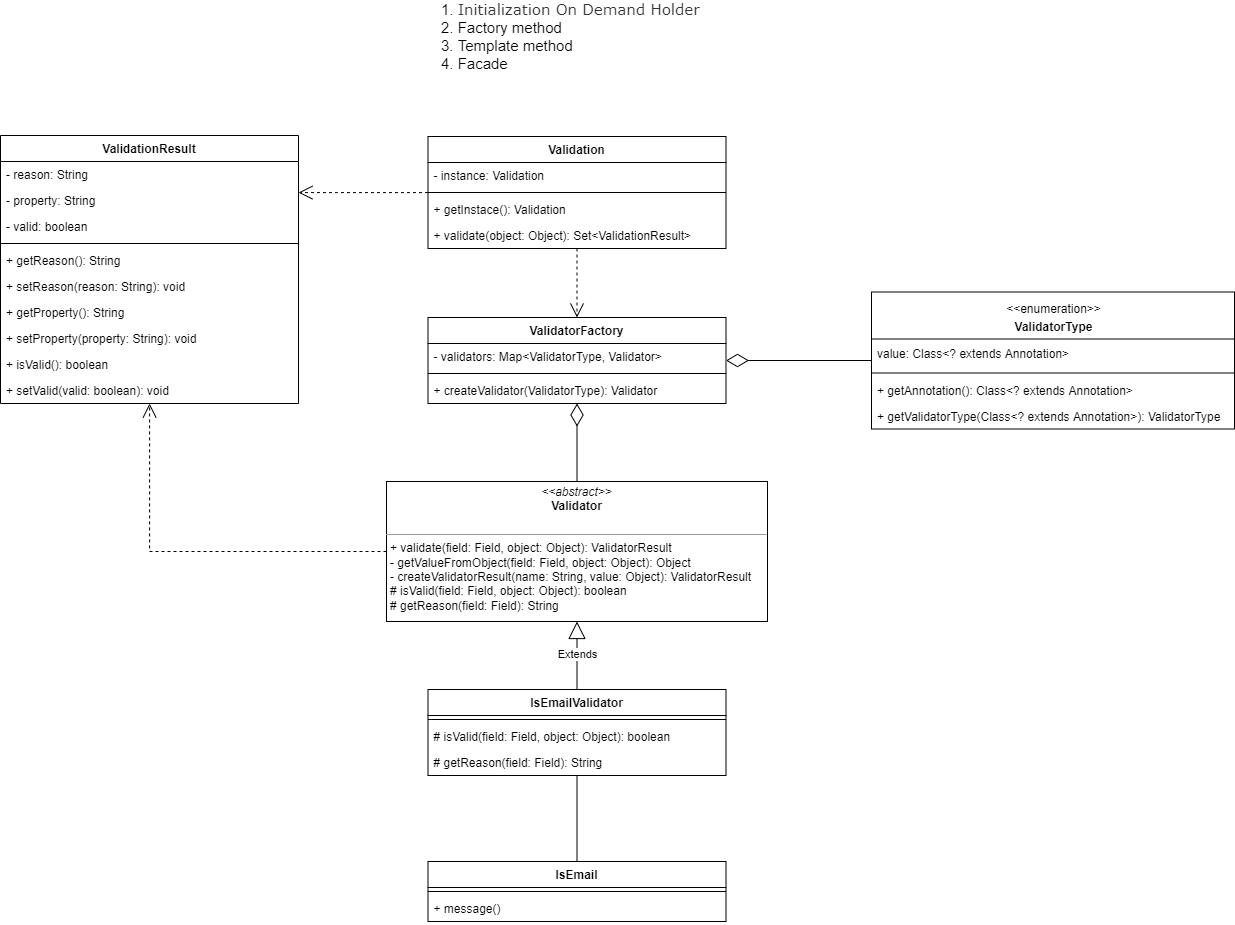
The draw.io diagram framework/design/Class Diagram.PNG in hieulm2k/HCMUS-PROJECT_validation-framework, before a commit. Source tidied: cells renumbered, new cells last; positions are measured from the earlier drawing's top-left corner, leaving out a move shared by most shapes. Its diagram source:
```xml
<mxGraphModel>
  <root>
    <mxCell id="0" />
    <mxCell id="1" parent="0" />
    <mxCell id="2" value="&lt;font&gt;&lt;span style=&quot;font-size: 15px&quot;&gt;1.&amp;nbsp;&lt;/span&gt;&lt;font color=&quot;#333333&quot; face=&quot;verdana, arial, helvetica, sans-serif&quot;&gt;&lt;span style=&quot;font-size: 15px&quot;&gt;Initialization On Demand Holder&lt;/span&gt;&lt;/font&gt;&lt;br&gt;&lt;div&gt;&lt;span style=&quot;font-size: 15px&quot;&gt;2. Factory method&lt;/span&gt;&lt;/div&gt;&lt;div&gt;&lt;span style=&quot;font-size: 15px&quot;&gt;3. Template method&lt;/span&gt;&lt;/div&gt;&lt;div&gt;&lt;span style=&quot;font-size: 15px&quot;&gt;4. Facade&lt;/span&gt;&lt;/div&gt;&lt;/font&gt;" style="text;html=1;align=left;verticalAlign=middle;strokeColor=none;fillColor=none;" parent="1" vertex="1">
      <mxGeometry x="439" width="268" height="64" as="geometry" />
    </mxCell>
    <mxCell id="3" style="edgeStyle=orthogonalEdgeStyle;rounded=0;jettySize=auto;html=1;endArrow=diamondThin;endFill=0;endSize=20;targetPerimeterSpacing=0;strokeWidth=1;" parent="1" edge="1" source="4" target="9">
      <mxGeometry relative="1" as="geometry" />
    </mxCell>
    <mxCell id="4" value="&lt;font style=&quot;font-size: 12px&quot;&gt;&amp;lt;&amp;lt;enumeration&amp;gt;&amp;gt;&lt;br&gt;&lt;b&gt;ValidatorType&lt;/b&gt;&lt;/font&gt;" style="swimlane;fontStyle=0;align=center;verticalAlign=top;horizontal=1;startSize=47;html=1;fontSize=15;" parent="1" vertex="1">
      <mxGeometry x="871" y="287.5" width="363" height="137" as="geometry" />
    </mxCell>
    <mxCell id="5" value="value: Class&amp;lt;? extends Annotation&amp;gt;" style="text;html=1;strokeColor=none;fillColor=none;align=left;verticalAlign=middle;spacingLeft=4;spacingRight=4;overflow=hidden;fontSize=12;" parent="4" vertex="1">
      <mxGeometry y="47" width="363" height="30" as="geometry" />
    </mxCell>
    <mxCell id="6" style="line;strokeWidth=1;fillColor=none;align=left;verticalAlign=middle;spacingTop=-1;spacingLeft=3;spacingRight=3;labelPosition=right;fontSize=12;" parent="4" vertex="1">
      <mxGeometry y="77" width="363" height="8" as="geometry" />
    </mxCell>
    <mxCell id="7" value="+ getAnnotation(): Class&lt;? extends Annotation&gt;" style="text;strokeColor=none;fillColor=none;align=left;verticalAlign=top;spacingLeft=4;spacingRight=4;overflow=hidden;fontSize=12;" parent="4" vertex="1">
      <mxGeometry y="85" width="363" height="26" as="geometry" />
    </mxCell>
    <mxCell id="8" value="+ getValidatorType(Class&lt;? extends Annotation&gt;): ValidatorType" style="text;strokeColor=none;fillColor=none;align=left;verticalAlign=top;spacingLeft=4;spacingRight=4;overflow=hidden;fontSize=12;" parent="4" vertex="1">
      <mxGeometry y="111" width="363" height="26" as="geometry" />
    </mxCell>
    <mxCell id="9" value="ValidatorFactory" style="swimlane;fontStyle=1;align=center;verticalAlign=top;horizontal=1;startSize=26;fontSize=12;" parent="1" vertex="1">
      <mxGeometry x="427.5" y="313" width="298" height="86" as="geometry" />
    </mxCell>
    <mxCell id="10" value="- validators: Map&lt;ValidatorType, Validator&gt; " style="text;strokeColor=none;fillColor=none;align=left;verticalAlign=top;spacingLeft=4;spacingRight=4;overflow=hidden;fontSize=12;" parent="9" vertex="1">
      <mxGeometry y="26" width="298" height="26" as="geometry" />
    </mxCell>
    <mxCell id="11" style="line;strokeWidth=1;fillColor=none;align=left;verticalAlign=middle;spacingTop=-1;spacingLeft=3;spacingRight=3;labelPosition=right;fontSize=12;" parent="9" vertex="1">
      <mxGeometry y="52" width="298" height="8" as="geometry" />
    </mxCell>
    <mxCell id="12" value="+ createValidator(ValidatorType): Validator" style="text;strokeColor=none;fillColor=none;align=left;verticalAlign=top;spacingLeft=4;spacingRight=4;overflow=hidden;fontSize=12;" parent="9" vertex="1">
      <mxGeometry y="60" width="298" height="26" as="geometry" />
    </mxCell>
    <mxCell id="13" value="ValidationResult" style="swimlane;fontStyle=1;align=center;verticalAlign=top;horizontal=1;startSize=26;fontSize=12;" parent="1" vertex="1">
      <mxGeometry y="131" width="298" height="268" as="geometry" />
    </mxCell>
    <mxCell id="14" value="- reason: String" style="text;strokeColor=none;fillColor=none;align=left;verticalAlign=top;spacingLeft=4;spacingRight=4;overflow=hidden;fontSize=12;" parent="13" vertex="1">
      <mxGeometry y="26" width="298" height="26" as="geometry" />
    </mxCell>
    <mxCell id="15" value="- property: String" style="text;strokeColor=none;fillColor=none;align=left;verticalAlign=top;spacingLeft=4;spacingRight=4;overflow=hidden;fontSize=12;" parent="13" vertex="1">
      <mxGeometry y="52" width="298" height="26" as="geometry" />
    </mxCell>
    <mxCell id="16" value="- valid: boolean" style="text;strokeColor=none;fillColor=none;align=left;verticalAlign=top;spacingLeft=4;spacingRight=4;overflow=hidden;fontSize=12;" parent="13" vertex="1">
      <mxGeometry y="78" width="298" height="26" as="geometry" />
    </mxCell>
    <mxCell id="17" style="line;strokeWidth=1;fillColor=none;align=left;verticalAlign=middle;spacingTop=-1;spacingLeft=3;spacingRight=3;labelPosition=right;fontSize=12;" parent="13" vertex="1">
      <mxGeometry y="104" width="298" height="8" as="geometry" />
    </mxCell>
    <mxCell id="18" value="+ getReason(): String" style="text;strokeColor=none;fillColor=none;align=left;verticalAlign=top;spacingLeft=4;spacingRight=4;overflow=hidden;fontSize=12;" parent="13" vertex="1">
      <mxGeometry y="112" width="298" height="26" as="geometry" />
    </mxCell>
    <mxCell id="19" value="+ setReason(reason: String): void" style="text;strokeColor=none;fillColor=none;align=left;verticalAlign=top;spacingLeft=4;spacingRight=4;overflow=hidden;fontSize=12;" parent="13" vertex="1">
      <mxGeometry y="138" width="298" height="26" as="geometry" />
    </mxCell>
    <mxCell id="20" value="+ getProperty(): String" style="text;strokeColor=none;fillColor=none;align=left;verticalAlign=top;spacingLeft=4;spacingRight=4;overflow=hidden;fontSize=12;" parent="13" vertex="1">
      <mxGeometry y="164" width="298" height="26" as="geometry" />
    </mxCell>
    <mxCell id="21" value="+ setProperty(property: String): void" style="text;strokeColor=none;fillColor=none;align=left;verticalAlign=top;spacingLeft=4;spacingRight=4;overflow=hidden;fontSize=12;" parent="13" vertex="1">
      <mxGeometry y="190" width="298" height="26" as="geometry" />
    </mxCell>
    <mxCell id="22" value="+ isValid(): boolean" style="text;strokeColor=none;fillColor=none;align=left;verticalAlign=top;spacingLeft=4;spacingRight=4;overflow=hidden;fontSize=12;" parent="13" vertex="1">
      <mxGeometry y="216" width="298" height="26" as="geometry" />
    </mxCell>
    <mxCell id="23" value="+ setValid(valid: boolean): void" style="text;strokeColor=none;fillColor=none;align=left;verticalAlign=top;spacingLeft=4;spacingRight=4;overflow=hidden;fontSize=12;" parent="13" vertex="1">
      <mxGeometry y="242" width="298" height="26" as="geometry" />
    </mxCell>
    <mxCell id="24" style="edgeStyle=orthogonalEdgeStyle;rounded=0;jettySize=auto;html=1;endArrow=diamondThin;endFill=0;endSize=20;targetPerimeterSpacing=0;strokeWidth=1;" parent="1" edge="1" source="25" target="9">
      <mxGeometry relative="1" as="geometry" />
    </mxCell>
    <mxCell id="25" value="&lt;p style=&quot;margin: 0px ; margin-top: 4px ; text-align: center&quot;&gt;&lt;i&gt;&amp;lt;&amp;lt;abstract&amp;gt;&amp;gt;&lt;/i&gt;&lt;br&gt;&lt;b&gt;Validator&lt;/b&gt;&lt;/p&gt;&lt;p style=&quot;margin: 0px ; margin-left: 4px&quot;&gt;&lt;br&gt;&lt;/p&gt;&lt;hr size=&quot;1&quot;&gt;&lt;p style=&quot;margin: 0px ; margin-left: 4px&quot;&gt;+ validate(field: Field, object: Object): ValidatorResult&lt;/p&gt;&lt;p style=&quot;margin: 0px ; margin-left: 4px&quot;&gt;- getValueFromObject(field: Field, object: Object): Object&lt;/p&gt;&lt;p style=&quot;margin: 0px ; margin-left: 4px&quot;&gt;- createValidatorResult(name: String, value: Object): ValidatorResult&lt;br&gt;# isValid(field: Field, object: Object): boolean&lt;/p&gt;&lt;p style=&quot;margin: 0px ; margin-left: 4px&quot;&gt;# getReason(field: Field): String&lt;span style=&quot;white-space: pre&quot;&gt;&#9;&lt;/span&gt;&lt;/p&gt;" style="verticalAlign=top;align=left;overflow=fill;fontSize=12;fontFamily=Helvetica;html=1;" parent="1" vertex="1">
      <mxGeometry x="386" y="477" width="381" height="140" as="geometry" />
    </mxCell>
    <mxCell id="26" value="Extends" style="edgeStyle=orthogonalEdgeStyle;rounded=0;jettySize=auto;html=1;endArrow=block;endFill=0;strokeWidth=1;targetPerimeterSpacing=0;endSize=15;" parent="1" edge="1" source="27" target="25">
      <mxGeometry relative="1" as="geometry" />
    </mxCell>
    <mxCell id="27" value="IsEmailValidator" style="swimlane;fontStyle=1;align=center;verticalAlign=top;horizontal=1;startSize=26;fontSize=12;" parent="1" vertex="1">
      <mxGeometry x="427.5" y="685" width="298" height="86" as="geometry" />
    </mxCell>
    <mxCell id="28" style="line;strokeWidth=1;fillColor=none;align=left;verticalAlign=middle;spacingTop=-1;spacingLeft=3;spacingRight=3;labelPosition=right;fontSize=12;" parent="27" vertex="1">
      <mxGeometry y="26" width="298" height="8" as="geometry" />
    </mxCell>
    <mxCell id="29" value="# isValid(field: Field, object: Object): boolean" style="text;strokeColor=none;fillColor=none;align=left;verticalAlign=top;spacingLeft=4;spacingRight=4;overflow=hidden;fontSize=12;" parent="27" vertex="1">
      <mxGeometry y="34" width="298" height="26" as="geometry" />
    </mxCell>
    <mxCell id="30" value="# getReason(field: Field): String" style="text;strokeColor=none;fillColor=none;align=left;verticalAlign=top;spacingLeft=4;spacingRight=4;overflow=hidden;fontSize=12;" parent="27" vertex="1">
      <mxGeometry y="60" width="298" height="26" as="geometry" />
    </mxCell>
    <mxCell id="31" style="edgeStyle=orthogonalEdgeStyle;rounded=0;jettySize=auto;html=1;endArrow=none;endFill=0;endSize=20;targetPerimeterSpacing=0;strokeWidth=1;" parent="1" edge="1" source="32" target="27">
      <mxGeometry relative="1" as="geometry" />
    </mxCell>
    <mxCell id="32" value="IsEmail" style="swimlane;fontStyle=1;align=center;verticalAlign=top;horizontal=1;startSize=26;fontSize=12;" parent="1" vertex="1">
      <mxGeometry x="427.5" y="857" width="298" height="60" as="geometry" />
    </mxCell>
    <mxCell id="33" style="line;strokeWidth=1;fillColor=none;align=left;verticalAlign=middle;spacingTop=-1;spacingLeft=3;spacingRight=3;labelPosition=right;fontSize=12;" parent="32" vertex="1">
      <mxGeometry y="26" width="298" height="8" as="geometry" />
    </mxCell>
    <mxCell id="34" value="+ message()" style="text;strokeColor=none;fillColor=none;align=left;verticalAlign=top;spacingLeft=4;spacingRight=4;overflow=hidden;fontSize=12;" parent="32" vertex="1">
      <mxGeometry y="34" width="298" height="26" as="geometry" />
    </mxCell>
    <mxCell id="35" style="edgeStyle=orthogonalEdgeStyle;rounded=0;jettySize=auto;html=1;endArrow=open;endFill=0;endSize=12;targetPerimeterSpacing=0;strokeWidth=1;dashed=1;" parent="1" edge="1" source="36" target="9">
      <mxGeometry relative="1" as="geometry" />
    </mxCell>
    <mxCell id="36" value="Validation" style="swimlane;fontStyle=1;align=center;verticalAlign=top;horizontal=1;startSize=26;fontSize=12;" parent="1" vertex="1">
      <mxGeometry x="427.5" y="132" width="298" height="112" as="geometry" />
    </mxCell>
    <mxCell id="37" value="- instance: Validation" style="text;strokeColor=none;fillColor=none;align=left;verticalAlign=top;spacingLeft=4;spacingRight=4;overflow=hidden;fontSize=12;" parent="36" vertex="1">
      <mxGeometry y="26" width="298" height="26" as="geometry" />
    </mxCell>
    <mxCell id="38" style="line;strokeWidth=1;fillColor=none;align=left;verticalAlign=middle;spacingTop=-1;spacingLeft=3;spacingRight=3;labelPosition=right;fontSize=12;" parent="36" vertex="1">
      <mxGeometry y="52" width="298" height="8" as="geometry" />
    </mxCell>
    <mxCell id="39" value="+ getInstace(): Validation" style="text;strokeColor=none;fillColor=none;align=left;verticalAlign=top;spacingLeft=4;spacingRight=4;overflow=hidden;fontSize=12;" parent="36" vertex="1">
      <mxGeometry y="60" width="298" height="26" as="geometry" />
    </mxCell>
    <mxCell id="40" value="+ validate(object: Object): Set&lt;ValidationResult&gt;" style="text;strokeColor=none;fillColor=none;align=left;verticalAlign=top;spacingLeft=4;spacingRight=4;overflow=hidden;fontSize=12;" parent="36" vertex="1">
      <mxGeometry y="86" width="298" height="26" as="geometry" />
    </mxCell>
    <mxCell id="41" style="edgeStyle=orthogonalEdgeStyle;rounded=0;jettySize=auto;html=1;endArrow=open;endFill=0;endSize=12;targetPerimeterSpacing=0;strokeWidth=1;dashed=1;" parent="1" edge="1" source="36" target="13">
      <mxGeometry x="0.03" relative="1" as="geometry">
        <Array as="points">
          <mxPoint x="337" y="188" />
          <mxPoint x="337" y="188" />
        </Array>
      </mxGeometry>
    </mxCell>
    <mxCell id="42" style="edgeStyle=orthogonalEdgeStyle;rounded=0;jettySize=auto;html=1;endArrow=open;endFill=0;endSize=12;targetPerimeterSpacing=0;strokeWidth=1;dashed=1;" parent="1" edge="1" source="25" target="13">
      <mxGeometry x="0.03" relative="1" as="geometry" />
    </mxCell>
  </root>
</mxGraphModel>
```
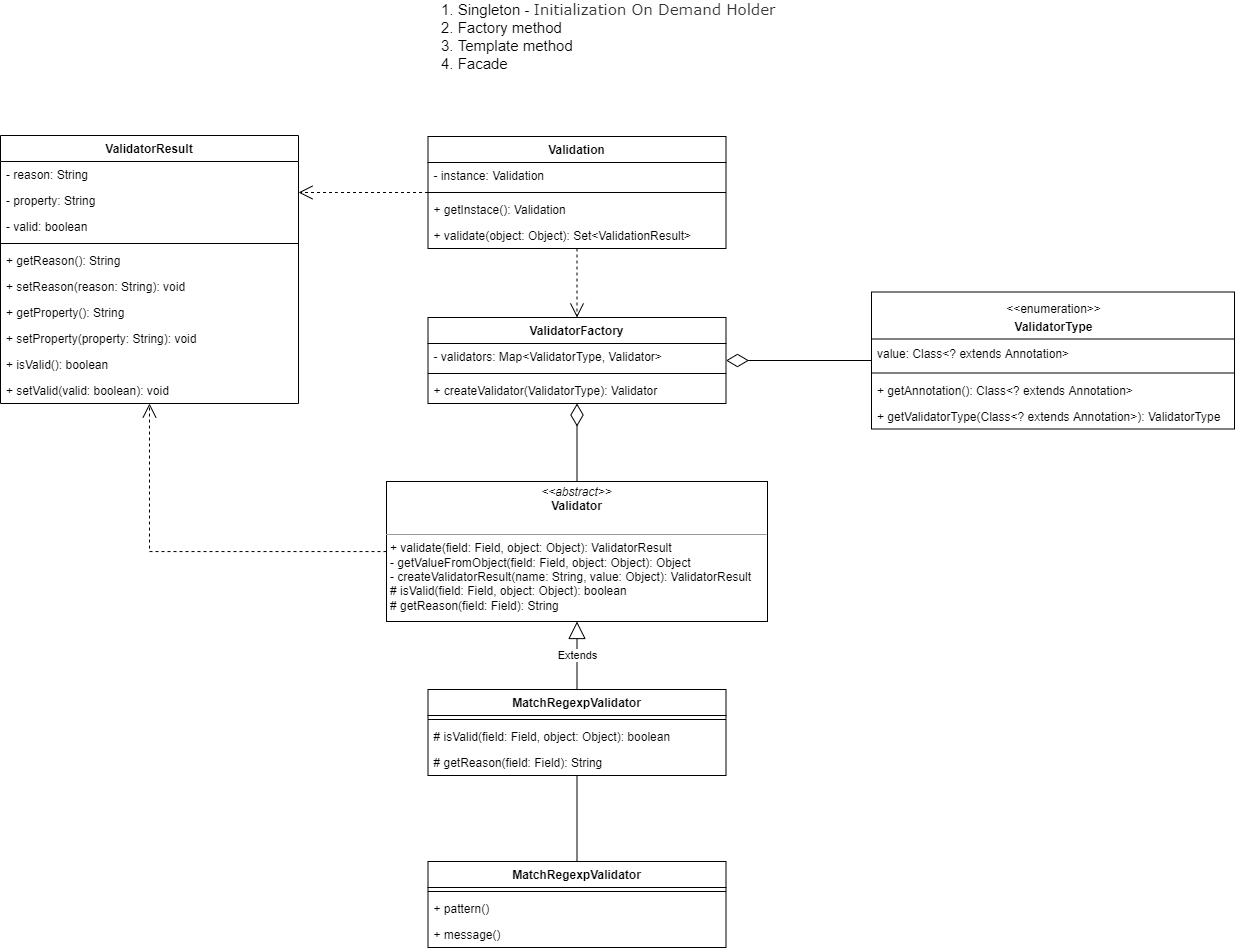
The same file after the commit.

Commit message:
docs: modify class diagram

The edit, as a diff of the source:
```diff
@@ -2,8 +2,8 @@
   <root>
     <mxCell id="0" />
     <mxCell id="1" parent="0" />
-    <mxCell id="2" value="&lt;font&gt;&lt;span style=&quot;font-size: 15px&quot;&gt;1.&amp;nbsp;&lt;/span&gt;&lt;font color=&quot;#333333&quot; face=&quot;verdana, arial, helvetica, sans-serif&quot;&gt;&lt;span style=&quot;font-size: 15px&quot;&gt;Initialization On Demand Holder&lt;/span&gt;&lt;/font&gt;&lt;br&gt;&lt;div&gt;&lt;span style=&quot;font-size: 15px&quot;&gt;2. Factory method&lt;/span&gt;&lt;/div&gt;&lt;div&gt;&lt;span style=&quot;font-size: 15px&quot;&gt;3. Template method&lt;/span&gt;&lt;/div&gt;&lt;div&gt;&lt;span style=&quot;font-size: 15px&quot;&gt;4. Facade&lt;/span&gt;&lt;/div&gt;&lt;/font&gt;" style="text;html=1;align=left;verticalAlign=middle;strokeColor=none;fillColor=none;" parent="1" vertex="1">
-      <mxGeometry x="439" width="268" height="64" as="geometry" />
+    <mxCell id="2" value="&lt;font&gt;&lt;span style=&quot;font-size: 15px&quot;&gt;1. Singleton -&amp;nbsp;&lt;/span&gt;&lt;font color=&quot;#333333&quot; face=&quot;verdana, arial, helvetica, sans-serif&quot;&gt;&lt;span style=&quot;font-size: 15px&quot;&gt;Initialization On Demand Holder&lt;/span&gt;&lt;/font&gt;&lt;br&gt;&lt;div&gt;&lt;span style=&quot;font-size: 15px&quot;&gt;2. Factory method&lt;/span&gt;&lt;/div&gt;&lt;div&gt;&lt;span style=&quot;font-size: 15px&quot;&gt;3. Template method&lt;/span&gt;&lt;/div&gt;&lt;div&gt;&lt;span style=&quot;font-size: 15px&quot;&gt;4. Facade&lt;/span&gt;&lt;/div&gt;&lt;/font&gt;" style="text;html=1;align=left;verticalAlign=middle;strokeColor=none;fillColor=none;" parent="1" vertex="1">
+      <mxGeometry x="439" width="344" height="64" as="geometry" />
     </mxCell>
     <mxCell id="3" style="edgeStyle=orthogonalEdgeStyle;rounded=0;jettySize=auto;html=1;endArrow=diamondThin;endFill=0;endSize=20;targetPerimeterSpacing=0;strokeWidth=1;" parent="1" edge="1" source="4" target="9">
       <mxGeometry relative="1" as="geometry" />
@@ -35,7 +35,7 @@
     <mxCell id="12" value="+ createValidator(ValidatorType): Validator" style="text;strokeColor=none;fillColor=none;align=left;verticalAlign=top;spacingLeft=4;spacingRight=4;overflow=hidden;fontSize=12;" parent="9" vertex="1">
       <mxGeometry y="60" width="298" height="26" as="geometry" />
     </mxCell>
-    <mxCell id="13" value="ValidationResult" style="swimlane;fontStyle=1;align=center;verticalAlign=top;horizontal=1;startSize=26;fontSize=12;" parent="1" vertex="1">
+    <mxCell id="13" value="ValidatorResult" style="swimlane;fontStyle=1;align=center;verticalAlign=top;horizontal=1;startSize=26;fontSize=12;" parent="1" vertex="1">
       <mxGeometry y="131" width="298" height="268" as="geometry" />
     </mxCell>
     <mxCell id="14" value="- reason: String" style="text;strokeColor=none;fillColor=none;align=left;verticalAlign=top;spacingLeft=4;spacingRight=4;overflow=hidden;fontSize=12;" parent="13" vertex="1">
@@ -77,7 +77,7 @@
     <mxCell id="26" value="Extends" style="edgeStyle=orthogonalEdgeStyle;rounded=0;jettySize=auto;html=1;endArrow=block;endFill=0;strokeWidth=1;targetPerimeterSpacing=0;endSize=15;" parent="1" edge="1" source="27" target="25">
       <mxGeometry relative="1" as="geometry" />
     </mxCell>
-    <mxCell id="27" value="IsEmailValidator" style="swimlane;fontStyle=1;align=center;verticalAlign=top;horizontal=1;startSize=26;fontSize=12;" parent="1" vertex="1">
+    <mxCell id="27" value="MatchRegexpValidator" style="swimlane;fontStyle=1;align=center;verticalAlign=top;horizontal=1;startSize=26;fontSize=12;" parent="1" vertex="1">
       <mxGeometry x="427.5" y="685" width="298" height="86" as="geometry" />
     </mxCell>
     <mxCell id="28" style="line;strokeWidth=1;fillColor=none;align=left;verticalAlign=middle;spacingTop=-1;spacingLeft=3;spacingRight=3;labelPosition=right;fontSize=12;" parent="27" vertex="1">
@@ -92,15 +92,18 @@
     <mxCell id="31" style="edgeStyle=orthogonalEdgeStyle;rounded=0;jettySize=auto;html=1;endArrow=none;endFill=0;endSize=20;targetPerimeterSpacing=0;strokeWidth=1;" parent="1" edge="1" source="32" target="27">
       <mxGeometry relative="1" as="geometry" />
     </mxCell>
-    <mxCell id="32" value="IsEmail" style="swimlane;fontStyle=1;align=center;verticalAlign=top;horizontal=1;startSize=26;fontSize=12;" parent="1" vertex="1">
-      <mxGeometry x="427.5" y="857" width="298" height="60" as="geometry" />
+    <mxCell id="32" value="MatchRegexpValidator" style="swimlane;fontStyle=1;align=center;verticalAlign=top;horizontal=1;startSize=26;fontSize=12;" parent="1" vertex="1">
+      <mxGeometry x="427.5" y="857" width="298" height="86" as="geometry" />
     </mxCell>
     <mxCell id="33" style="line;strokeWidth=1;fillColor=none;align=left;verticalAlign=middle;spacingTop=-1;spacingLeft=3;spacingRight=3;labelPosition=right;fontSize=12;" parent="32" vertex="1">
       <mxGeometry y="26" width="298" height="8" as="geometry" />
     </mxCell>
-    <mxCell id="34" value="+ message()" style="text;strokeColor=none;fillColor=none;align=left;verticalAlign=top;spacingLeft=4;spacingRight=4;overflow=hidden;fontSize=12;" parent="32" vertex="1">
+    <mxCell id="34" value="+ pattern()" style="text;strokeColor=none;fillColor=none;align=left;verticalAlign=top;spacingLeft=4;spacingRight=4;overflow=hidden;fontSize=12;" parent="32" vertex="1">
       <mxGeometry y="34" width="298" height="26" as="geometry" />
     </mxCell>
+    <mxCell id="43" value="+ message()" style="text;strokeColor=none;fillColor=none;align=left;verticalAlign=top;spacingLeft=4;spacingRight=4;overflow=hidden;fontSize=12;" parent="32" vertex="1">
+      <mxGeometry y="60" width="298" height="26" as="geometry" />
+    </mxCell>
     <mxCell id="35" style="edgeStyle=orthogonalEdgeStyle;rounded=0;jettySize=auto;html=1;endArrow=open;endFill=0;endSize=12;targetPerimeterSpacing=0;strokeWidth=1;dashed=1;" parent="1" edge="1" source="36" target="9">
       <mxGeometry relative="1" as="geometry" />
     </mxCell>
```
